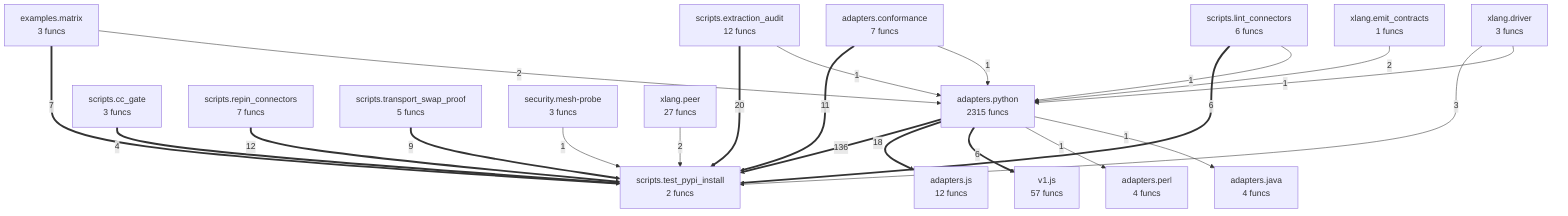
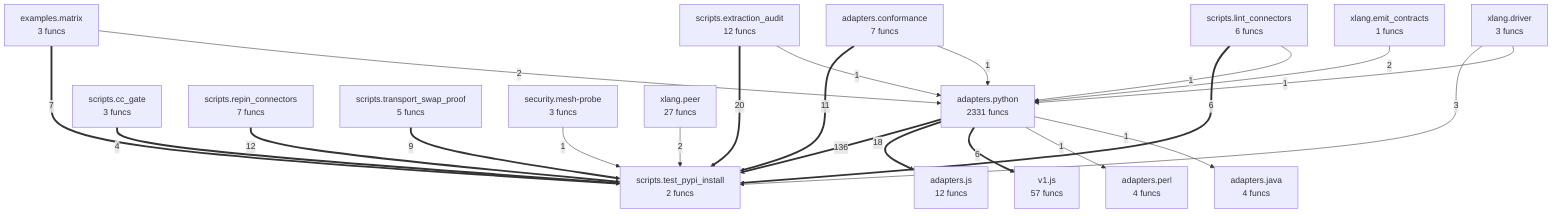
flowchart TD
%% generated in 0.09s
    adapters__conformance["adapters.conformance<br/>7 funcs"]
    adapters__java["adapters.java<br/>4 funcs"]
    adapters__js["adapters.js<br/>12 funcs"]
    adapters__perl["adapters.perl<br/>4 funcs"]
-     adapters__python["adapters.python<br/>2315 funcs"]
+     adapters__python["adapters.python<br/>2331 funcs"]
    examples__matrix["examples.matrix<br/>3 funcs"]
    scripts__cc_gate["scripts.cc_gate<br/>3 funcs"]
    scripts__extraction_audit["scripts.extraction_audit<br/>12 funcs"]
    scripts__lint_connectors["scripts.lint_connectors<br/>6 funcs"]
    scripts__repin_connectors["scripts.repin_connectors<br/>7 funcs"]
    scripts__test_pypi_install["scripts.test_pypi_install<br/>2 funcs"]
    scripts__transport_swap_proof["scripts.transport_swap_proof<br/>5 funcs"]
    security__mesh_probe["security.mesh-probe<br/>3 funcs"]
    v1__js["v1.js<br/>57 funcs"]
    xlang__driver["xlang.driver<br/>3 funcs"]
    xlang__emit_contracts["xlang.emit_contracts<br/>1 funcs"]
    xlang__peer["xlang.peer<br/>27 funcs"]
    adapters__python ==>|136| scripts__test_pypi_install
    scripts__extraction_audit ==>|20| scripts__test_pypi_install
    adapters__python ==>|18| adapters__js
    scripts__repin_connectors ==>|12| scripts__test_pypi_install
    adapters__conformance ==>|11| scripts__test_pypi_install
    scripts__transport_swap_proof ==>|9| scripts__test_pypi_install
    examples__matrix ==>|7| scripts__test_pypi_install
    scripts__lint_connectors ==>|6| scripts__test_pypi_install
    adapters__python ==>|6| v1__js
    scripts__cc_gate ==>|4| scripts__test_pypi_install
    xlang__driver -->|3| scripts__test_pypi_install
    examples__matrix -->|2| adapters__python
    xlang__emit_contracts -->|2| adapters__python
    xlang__peer -->|2| scripts__test_pypi_install
    security__mesh_probe -->|1| scripts__test_pypi_install
    scripts__lint_connectors -->|1| adapters__python
    scripts__extraction_audit -->|1| adapters__python
    adapters__conformance -->|1| adapters__python
    adapters__python -->|1| adapters__perl
    adapters__python -->|1| adapters__java
    xlang__driver -->|1| adapters__python
